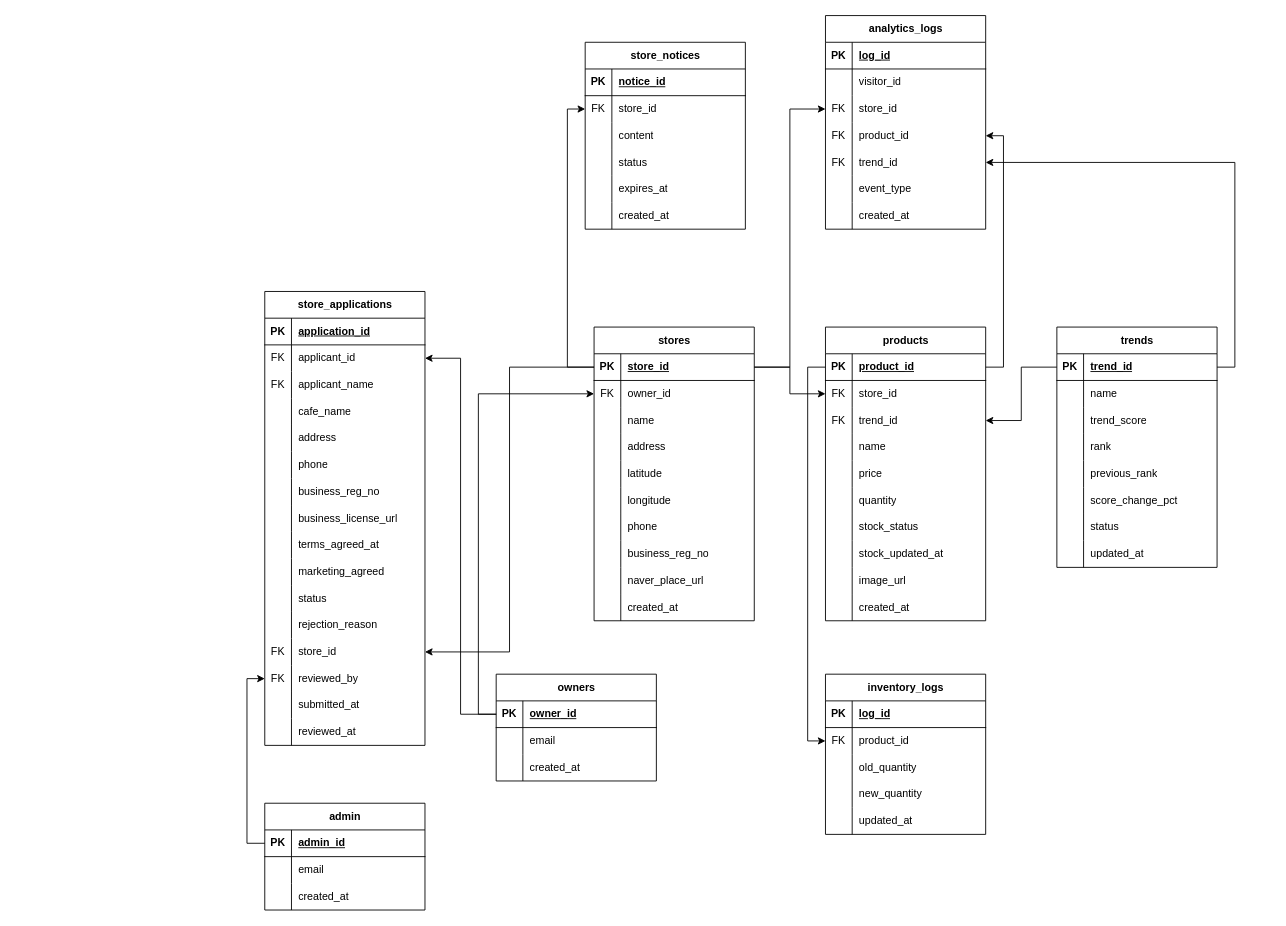
Earlier version of the draw.io diagram docs/ERD.drawio (takyeonwoo/hufs-isd). Source tidied: cells renumbered, new cells numbered last; positions are measured from the earlier drawing's top-left corner, leaving out a move shared by most shapes. Both pictures are drawn from the tidied source at 89%, with x=0, y=0 at pixel (264, 15).
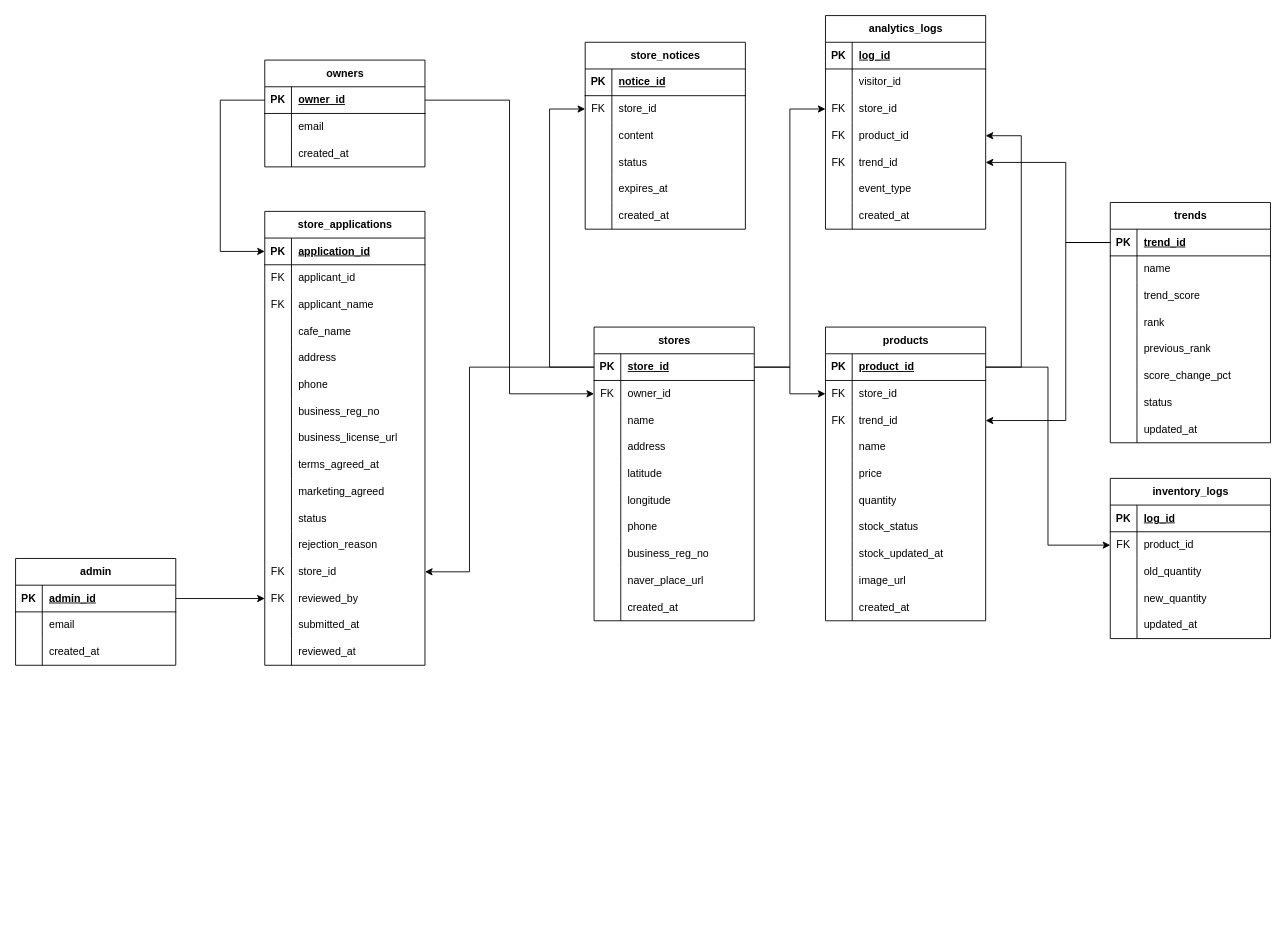
The same page after the edit.

Commit message (it also covers changes not shown here):
chore: .env.example 정비 + drawio 백업 정리

Unchanged cells that the change refers to:
```xml
<mxCell id="3" style="shape=tableRow;horizontal=0;startSize=0;swimlaneHead=0;swimlaneBody=0;fillColor=none;points=[[0,0.5],[1,0.5]];portConstraint=eastwest;top=0;left=0;right=0;bottom=1;" parent="2" vertex="1">
  <mxGeometry y="30" width="180" height="30" as="geometry" />
</mxCell>
<mxCell id="13" style="shape=tableRow;horizontal=0;startSize=0;swimlaneHead=0;swimlaneBody=0;fillColor=none;points=[[0,0.5],[1,0.5]];portConstraint=eastwest;top=0;left=0;right=0;bottom=1;" parent="12" vertex="1">
  <mxGeometry y="30" width="180" height="30" as="geometry" />
</mxCell>
<mxCell id="16" style="shape=tableRow;horizontal=0;startSize=0;swimlaneHead=0;swimlaneBody=0;fillColor=none;points=[[0,0.5],[1,0.5]];portConstraint=eastwest;top=0;left=0;right=0;bottom=0;" parent="12" vertex="1">
  <mxGeometry y="60" width="180" height="30" as="geometry" />
</mxCell>
<mxCell id="44" style="shape=tableRow;horizontal=0;startSize=0;swimlaneHead=0;swimlaneBody=0;fillColor=none;points=[[0,0.5],[1,0.5]];portConstraint=eastwest;top=0;left=0;right=0;bottom=1;" parent="43" vertex="1">
  <mxGeometry y="30" width="180" height="30" as="geometry" />
</mxCell>
<mxCell id="50" style="shape=tableRow;horizontal=0;startSize=0;swimlaneHead=0;swimlaneBody=0;fillColor=none;points=[[0,0.5],[1,0.5]];portConstraint=eastwest;top=0;left=0;right=0;bottom=0;" parent="43" vertex="1">
  <mxGeometry y="90" width="180" height="30" as="geometry" />
</mxCell>
<mxCell id="75" style="shape=tableRow;horizontal=0;startSize=0;swimlaneHead=0;swimlaneBody=0;fillColor=none;points=[[0,0.5],[1,0.5]];portConstraint=eastwest;top=0;left=0;right=0;bottom=1;" parent="74" vertex="1">
  <mxGeometry y="30" width="180" height="30" as="geometry" />
</mxCell>
<mxCell id="103" style="shape=tableRow;horizontal=0;startSize=0;swimlaneHead=0;swimlaneBody=0;fillColor=none;points=[[0,0.5],[1,0.5]];portConstraint=eastwest;top=0;left=0;right=0;bottom=0;" parent="99" vertex="1">
  <mxGeometry y="60" width="180" height="30" as="geometry" />
</mxCell>
<mxCell id="125" style="shape=tableRow;horizontal=0;startSize=0;swimlaneHead=0;swimlaneBody=0;fillColor=none;points=[[0,0.5],[1,0.5]];portConstraint=eastwest;top=0;left=0;right=0;bottom=0;" parent="115" vertex="1">
  <mxGeometry y="120" width="180" height="30" as="geometry" />
</mxCell>
<mxCell id="128" style="shape=tableRow;horizontal=0;startSize=0;swimlaneHead=0;swimlaneBody=0;fillColor=none;points=[[0,0.5],[1,0.5]];portConstraint=eastwest;top=0;left=0;right=0;bottom=0;" parent="115" vertex="1">
  <mxGeometry y="150" width="180" height="30" as="geometry" />
</mxCell>
<mxCell id="141" style="shape=tableRow;horizontal=0;startSize=0;swimlaneHead=0;swimlaneBody=0;fillColor=none;points=[[0,0.5],[1,0.5]];portConstraint=eastwest;top=0;left=0;right=0;bottom=0;" parent="137" vertex="1">
  <mxGeometry y="60" width="180" height="30" as="geometry" />
</mxCell>
<mxCell id="157" style="shape=tableRow;horizontal=0;startSize=0;swimlaneHead=0;swimlaneBody=0;fillColor=none;points=[[0,0.5],[1,0.5]];portConstraint=eastwest;top=0;left=0;right=0;bottom=1;" parent="156" vertex="1">
  <mxGeometry y="30" width="180" height="30" as="geometry" />
</mxCell>
<mxCell id="160" style="shape=tableRow;horizontal=0;startSize=0;swimlaneHead=0;swimlaneBody=0;fillColor=none;points=[[0,0.5],[1,0.5]];portConstraint=eastwest;top=0;left=0;right=0;bottom=0;" parent="156" vertex="1">
  <mxGeometry y="60" width="180" height="30" as="geometry" />
</mxCell>
<mxCell id="193" style="shape=tableRow;horizontal=0;startSize=0;swimlaneHead=0;swimlaneBody=0;fillColor=none;points=[[0,0.5],[1,0.5]];portConstraint=eastwest;top=0;left=0;right=0;bottom=0;" parent="156" vertex="1">
  <mxGeometry y="390" width="180" height="30" as="geometry" />
</mxCell>
<mxCell id="196" style="shape=tableRow;horizontal=0;startSize=0;swimlaneHead=0;swimlaneBody=0;fillColor=none;points=[[0,0.5],[1,0.5]];portConstraint=eastwest;top=0;left=0;right=0;bottom=0;" parent="156" vertex="1">
  <mxGeometry y="420" width="180" height="30" as="geometry" />
</mxCell>
<mxCell id="206" style="shape=tableRow;horizontal=0;startSize=0;swimlaneHead=0;swimlaneBody=0;fillColor=none;points=[[0,0.5],[1,0.5]];portConstraint=eastwest;top=0;left=0;right=0;bottom=1;" parent="205" vertex="1">
  <mxGeometry y="30" width="180" height="30" as="geometry" />
</mxCell>
```

Change to the diagram source:
```diff
@@
     <mxCell id="2" value="owners" style="shape=table;startSize=30;childLayout=tableLayout;rowLines=0;fontStyle=1;align=center;html=1;" parent="1" vertex="1">
-      <mxGeometry x="260" y="740" width="180" height="120" as="geometry" />
+      <mxGeometry y="50" width="180" height="120" as="geometry" />
     </mxCell>
@@
     <mxCell id="74" value="trends" style="shape=table;startSize=30;childLayout=tableLayout;rowLines=0;fontStyle=1;align=center;html=1;" parent="1" vertex="1">
-      <mxGeometry x="890" y="350" width="180" height="270" as="geometry" />
+      <mxGeometry x="950" y="210" width="180" height="270" as="geometry" />
     </mxCell>
@@
     <mxCell id="99" value="inventory_logs" style="shape=table;startSize=30;childLayout=tableLayout;rowLines=0;fontStyle=1;align=center;html=1;" parent="1" vertex="1">
-      <mxGeometry x="630" y="740" width="180" height="180" as="geometry" />
+      <mxGeometry x="950" y="520" width="180" height="180" as="geometry" />
     </mxCell>
@@
     <mxCell id="156" value="store_applications" style="shape=table;startSize=30;childLayout=tableLayout;rowLines=0;fontStyle=1;align=center;html=1;" parent="1" vertex="1">
-      <mxGeometry y="310" width="180" height="510" as="geometry" />
+      <mxGeometry y="220" width="180" height="510" as="geometry" />
     </mxCell>
@@
     <mxCell id="205" value="admin" style="shape=table;startSize=30;childLayout=tableLayout;rowLines=0;fontStyle=1;align=center;html=1;" parent="1" vertex="1">
-      <mxGeometry y="885" width="180" height="120" as="geometry" />
+      <mxGeometry x="-280" y="610" width="180" height="120" as="geometry" />
     </mxCell>
@@
-    <mxCell id="215" style="edgeStyle=orthogonalEdgeStyle;rounded=0;jettySize=auto;html=1;exitX=0;exitY=0.5;exitDx=0;exitDy=0;entryX=0;entryY=0.5;entryDx=0;entryDy=0;" parent="1" edge="1" source="3" target="16">
-      <mxGeometry relative="1" as="geometry" />
-    </mxCell>
@@
     <mxCell id="217" style="edgeStyle=orthogonalEdgeStyle;rounded=0;jettySize=auto;html=1;exitX=0;exitY=0.5;exitDx=0;exitDy=0;entryX=1;entryY=0.5;entryDx=0;entryDy=0;" parent="1" edge="1" source="75" target="50">
-      <mxGeometry relative="1" as="geometry" />
+      <mxGeometry relative="1" as="geometry">
+        <Array as="points">
+          <mxPoint x="900" y="255" />
+          <mxPoint x="900" y="455" />
+        </Array>
+      </mxGeometry>
     </mxCell>
-    <mxCell id="218" style="edgeStyle=orthogonalEdgeStyle;rounded=0;jettySize=auto;html=1;exitX=0;exitY=0.5;exitDx=0;exitDy=0;entryX=0;entryY=0.5;entryDx=0;entryDy=0;" parent="1" edge="1" source="44" target="103">
-      <mxGeometry relative="1" as="geometry" />
-    </mxCell>
@@
     <mxCell id="220" style="edgeStyle=orthogonalEdgeStyle;rounded=0;jettySize=auto;html=1;exitX=1;exitY=0.5;exitDx=0;exitDy=0;entryX=1;entryY=0.5;entryDx=0;entryDy=0;" parent="1" edge="1" source="44" target="125">
-      <mxGeometry relative="1" as="geometry" />
+      <mxGeometry relative="1" as="geometry">
+        <Array as="points">
+          <mxPoint x="850" y="395" />
+          <mxPoint x="850" y="135" />
+        </Array>
+      </mxGeometry>
     </mxCell>
+    <mxCell id="225" style="edgeStyle=orthogonalEdgeStyle;rounded=0;jettySize=auto;html=1;exitX=0;exitY=0.5;exitDx=0;exitDy=0;entryX=0;entryY=0.5;entryDx=0;entryDy=0;" parent="1" edge="1" source="13" target="141">
+      <mxGeometry relative="1" as="geometry">
+        <Array as="points">
+          <mxPoint x="320" y="395" />
+          <mxPoint x="320" y="105" />
+        </Array>
+      </mxGeometry>
+    </mxCell>
+    <mxCell id="223" style="edgeStyle=orthogonalEdgeStyle;rounded=0;jettySize=auto;html=1;exitX=1;exitY=0.5;exitDx=0;exitDy=0;entryX=0;entryY=0.5;entryDx=0;entryDy=0;" parent="1" edge="1" source="206" target="196">
+      <mxGeometry relative="1" as="geometry" />
+    </mxCell>
-    <mxCell id="221" style="edgeStyle=orthogonalEdgeStyle;rounded=0;jettySize=auto;html=1;exitX=1;exitY=0.5;exitDx=0;exitDy=0;entryX=1;entryY=0.5;entryDx=0;entryDy=0;" parent="1" edge="1" source="75" target="128">
-      <mxGeometry relative="1" as="geometry" />
+    <mxCell id="221" style="edgeStyle=orthogonalEdgeStyle;rounded=0;jettySize=auto;html=1;exitX=0;exitY=0.5;exitDx=0;exitDy=0;entryX=1;entryY=0.5;entryDx=0;entryDy=0;" parent="1" edge="1" source="75" target="128">
+      <mxGeometry relative="1" as="geometry">
+        <Array as="points">
+          <mxPoint x="900" y="255" />
+          <mxPoint x="900" y="165" />
+        </Array>
+      </mxGeometry>
     </mxCell>
-    <mxCell id="222" style="edgeStyle=orthogonalEdgeStyle;rounded=0;jettySize=auto;html=1;exitX=0;exitY=0.5;exitDx=0;exitDy=0;entryX=1;entryY=0.5;entryDx=0;entryDy=0;" parent="1" edge="1" source="3" target="160">
-      <mxGeometry relative="1" as="geometry" />
-    </mxCell>
-    <mxCell id="223" style="edgeStyle=orthogonalEdgeStyle;rounded=0;jettySize=auto;html=1;exitX=0;exitY=0.5;exitDx=0;exitDy=0;entryX=0;entryY=0.5;entryDx=0;entryDy=0;" parent="1" edge="1" source="206" target="196">
-      <mxGeometry relative="1" as="geometry" />
-    </mxCell>
+    <mxCell id="218" style="edgeStyle=orthogonalEdgeStyle;rounded=0;jettySize=auto;html=1;exitX=1;exitY=0.5;exitDx=0;exitDy=0;entryX=0;entryY=0.5;entryDx=0;entryDy=0;" parent="1" edge="1" source="44" target="103">
+      <mxGeometry relative="1" as="geometry" />
+    </mxCell>
+    <mxCell id="226" style="edgeStyle=orthogonalEdgeStyle;rounded=0;jettySize=auto;html=1;exitX=0;exitY=0.5;exitDx=0;exitDy=0;entryX=0;entryY=0.5;entryDx=0;entryDy=0;" parent="1" edge="1" source="3" target="157">
+      <mxGeometry relative="1" as="geometry">
+        <Array as="points">
+          <mxPoint x="-50" y="95" />
+          <mxPoint x="-50" y="265" />
+        </Array>
+      </mxGeometry>
+    </mxCell>
+    <mxCell id="215" style="edgeStyle=orthogonalEdgeStyle;rounded=0;jettySize=auto;html=1;exitX=1;exitY=0.5;exitDx=0;exitDy=0;entryX=0;entryY=0.5;entryDx=0;entryDy=0;" parent="1" edge="1" source="3" target="16">
+      <mxGeometry relative="1" as="geometry" />
+    </mxCell>
     <mxCell id="224" style="edgeStyle=orthogonalEdgeStyle;rounded=0;jettySize=auto;html=1;exitX=0;exitY=0.5;exitDx=0;exitDy=0;entryX=1;entryY=0.5;entryDx=0;entryDy=0;" parent="1" edge="1" source="13" target="193">
-      <mxGeometry relative="1" as="geometry" />
+      <mxGeometry relative="1" as="geometry">
+        <Array as="points">
+          <mxPoint x="230" y="395" />
+          <mxPoint x="230" y="625" />
+        </Array>
+      </mxGeometry>
     </mxCell>
-    <mxCell id="225" style="edgeStyle=orthogonalEdgeStyle;rounded=0;jettySize=auto;html=1;exitX=0;exitY=0.5;exitDx=0;exitDy=0;entryX=0;entryY=0.5;entryDx=0;entryDy=0;" parent="1" edge="1" source="13" target="141">
-      <mxGeometry relative="1" as="geometry" />
-    </mxCell>
```
